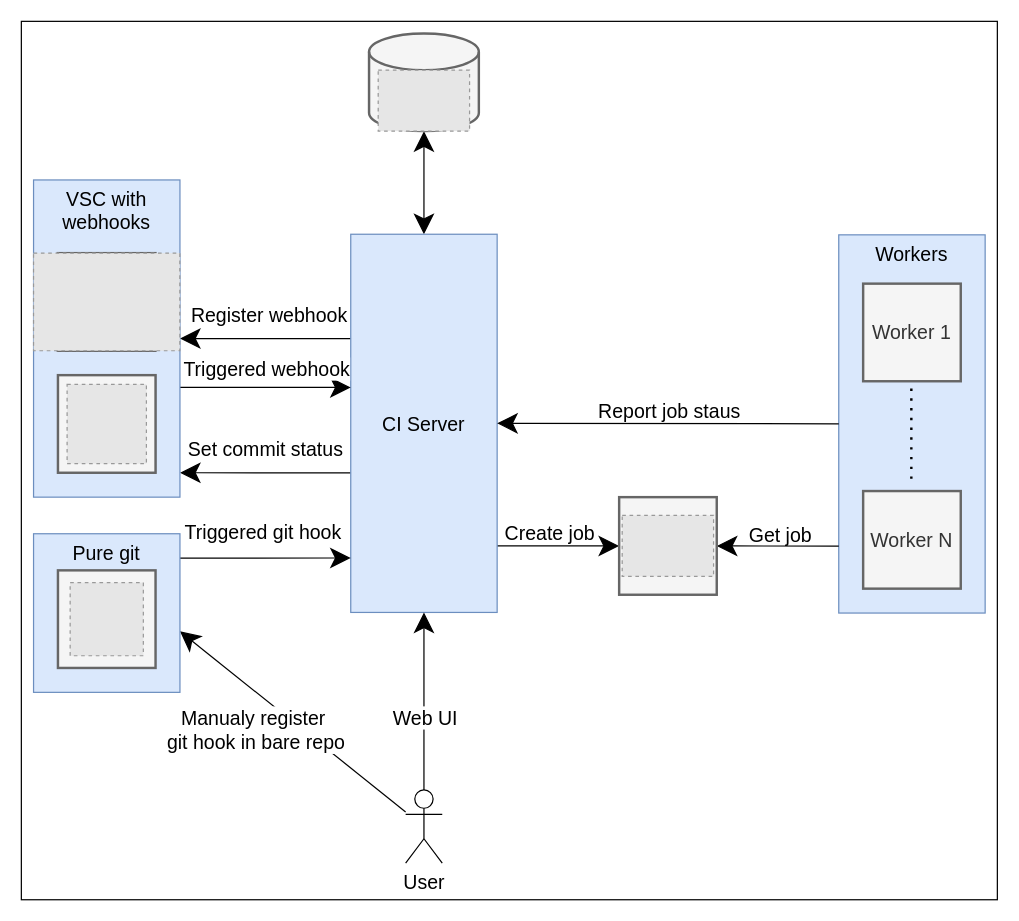
Above: docs/architecture.drawio in FilipSolich/shark-ci (draw.io), before the change. Source tidied: cells renumbered, new cells numbered last; positions are measured from the earlier drawing's top-left corner, leaving out a move shared by most shapes. Both pictures are drawn from the tidied source at 122%, with x=0, y=0 at pixel (21, 21). Pictures stored in the file or linked from it are replaced by grey dashed boxes.
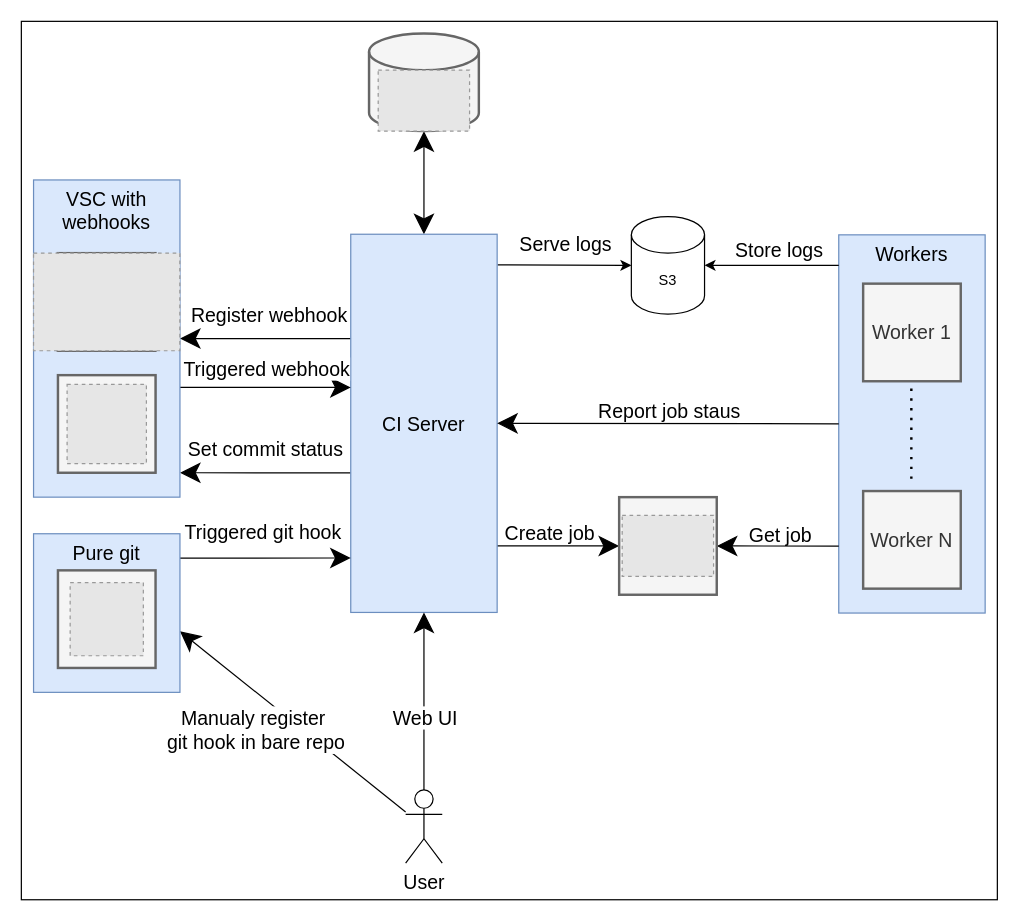
The same diagram, later.

Unchanged cells that the change refers to:
```xml
<mxCell id="15" value="CI Server" style="rounded=0;whiteSpace=wrap;html=1;fontSize=16;fillColor=#dae8fc;strokeColor=#6c8ebf;" parent="1" vertex="1">
  <mxGeometry x="270" y="174.5" width="120" height="310" as="geometry" />
</mxCell>
```

What changed in the source:
```diff
@@
+    <mxCell id="46" style="edgeStyle=none;html=1;entryX=0;entryY=0.5;entryDx=0;entryDy=0;entryPerimeter=0;exitX=1.003;exitY=0.081;exitDx=0;exitDy=0;exitPerimeter=0;" parent="1" edge="1" source="15" target="48">
+      <mxGeometry relative="1" as="geometry" />
+    </mxCell>
+    <mxCell id="47" value="&lt;font style=&quot;font-size: 16px;&quot;&gt;Serve logs&lt;/font&gt;" style="edgeLabel;html=1;align=center;verticalAlign=middle;" parent="46" vertex="1">
+      <mxGeometry x="-0.47" y="1" relative="1" as="geometry">
+        <mxPoint x="26" y="-16" as="offset" />
+      </mxGeometry>
+    </mxCell>
@@
+    <mxCell id="48" value="S3" style="shape=cylinder3;whiteSpace=wrap;html=1;boundedLbl=1;backgroundOutline=1;size=15;" parent="1" vertex="1">
+      <mxGeometry x="500" y="160" width="60" height="80" as="geometry" />
+    </mxCell>
+    <mxCell id="49" style="edgeStyle=none;html=1;entryX=1;entryY=0.5;entryDx=0;entryDy=0;entryPerimeter=0;" parent="1" edge="1" target="48">
+      <mxGeometry relative="1" as="geometry">
+        <mxPoint x="670" y="200" as="sourcePoint" />
+      </mxGeometry>
+    </mxCell>
+    <mxCell id="50" value="&lt;font style=&quot;font-size: 16px;&quot;&gt;Store logs&lt;/font&gt;" style="edgeLabel;html=1;align=center;verticalAlign=middle;" parent="49" vertex="1">
+      <mxGeometry x="0.24" y="2" relative="1" as="geometry">
+        <mxPoint x="18" y="-15" as="offset" />
+      </mxGeometry>
+    </mxCell>
```
